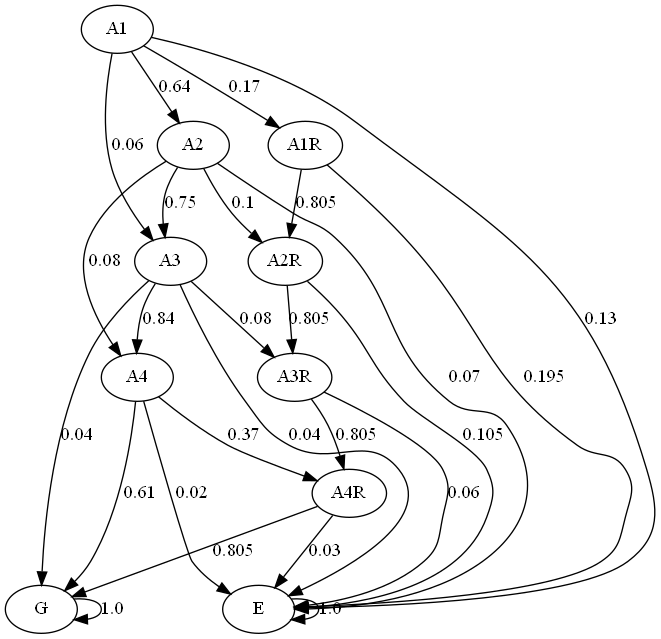
JulianaFerreira/educacao keeps this Graphviz diagram as graph/markov.png. Above is the earlier version. Its source is kept beside it as graph/markov.dot.
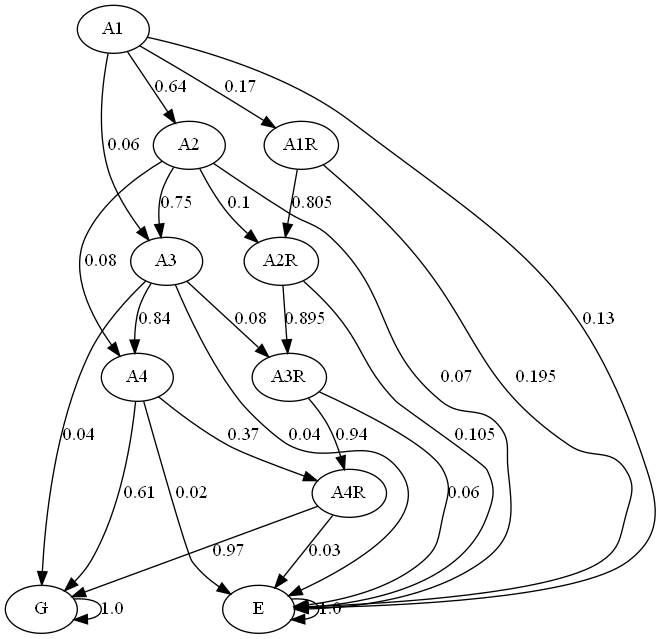
The same file after the commit.

Change to the diagram source:
```diff
@@ -26,11 +26,11 @@
 A4 -> E  [key=0, label="0.02", weight="0.02"];
 A1R -> A2R  [key=0, label="0.805", weight="0.805"];
 A1R -> E  [key=0, label="0.195", weight="0.195"];
-A2R -> A3R  [key=0, label="0.805", weight="0.805"];
+A2R -> A3R  [key=0, label="0.895", weight="0.895"];
 A2R -> E  [key=0, label="0.105", weight="0.105"];
-A3R -> A4R  [key=0, label="0.805", weight="0.805"];
+A3R -> A4R  [key=0, label="0.94", weight="0.94"];
 A3R -> E  [key=0, label="0.06", weight="0.06"];
-A4R -> G  [key=0, label="0.805", weight="0.805"];
+A4R -> G  [key=0, label="0.97", weight="0.97"];
 A4R -> E  [key=0, label="0.03", weight="0.03"];
 G -> G  [key=0, label="1.0", weight="1.0"];
 E -> E  [key=0, label="1.0", weight="1.0"];
```
